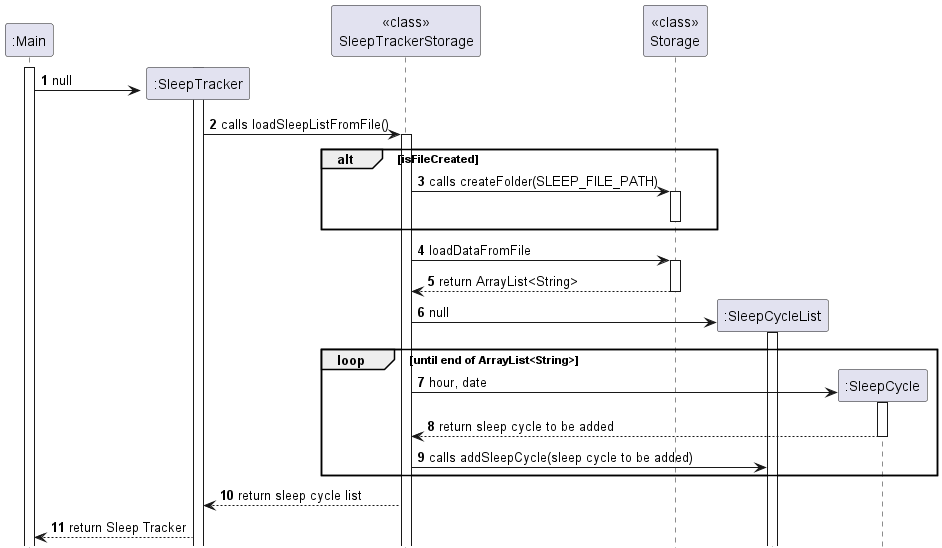
Earlier version of the PlantUML export docs/diagrams/storage/StorageSequenceDiagramSleep.png (AY2324S2-CS2113-T11-1/tp). Its source is kept beside it as docs/diagrams/storage/StorageSequenceDiagramSleep.puml.
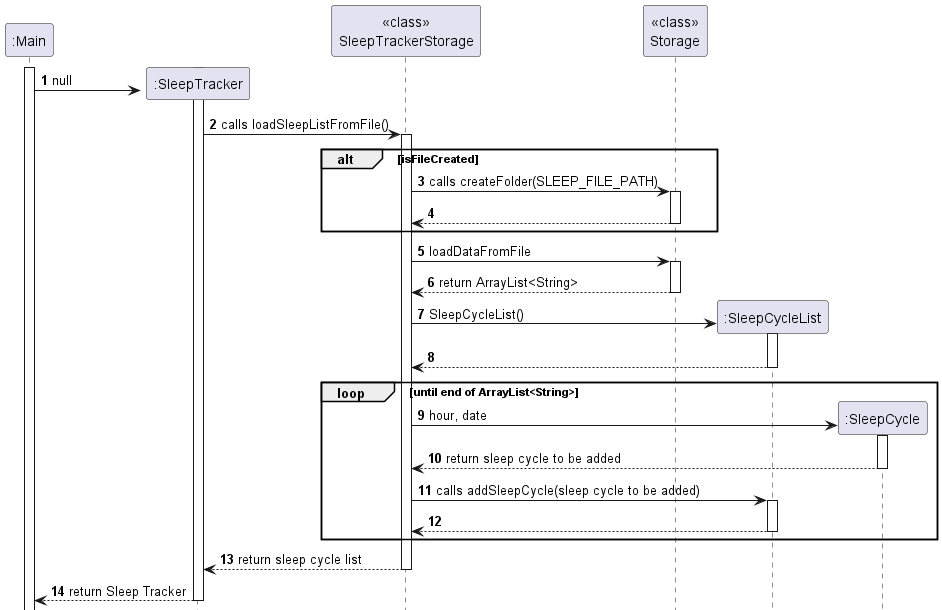
Later version of the same file.

Commit message:
Edit sequence diagram for Storage component

Change to the diagram source:
```diff
@@ -18,6 +18,7 @@
 alt isFileCreated
     SleepTrackerStorage -> Storage: calls createFolder(SLEEP_FILE_PATH)
     activate Storage
+    Storage --> SleepTrackerStorage
     deactivate Storage
 end
 SleepTrackerStorage -> Storage: loadDataFromFile
@@ -25,8 +26,10 @@
 Storage --> SleepTrackerStorage: return ArrayList<String>
 deactivate Storage
 Create SleepCycleList
-SleepTrackerStorage -> SleepCycleList: null
+SleepTrackerStorage -> SleepCycleList: SleepCycleList()
 activate SleepCycleList
+SleepCycleList --> SleepTrackerStorage
+deactivate SleepCycleList
 loop until end of ArrayList<String>
 Create SleepCycle
 SleepTrackerStorage -> SleepCycle: hour, date
@@ -34,11 +37,13 @@
 SleepCycle --> SleepTrackerStorage: return sleep cycle to be added
 deactivate SleepCycle
 SleepTrackerStorage -> SleepCycleList: calls addSleepCycle(sleep cycle to be added)
+activate SleepCycleList
+SleepCycleList --> SleepTrackerStorage
+deactivate SleepCycleList
 end
 
 SleepTrackerStorage --> SleepTracker: return sleep cycle list
+deactivate SleepTrackerStorage
 SleepTracker --> Main: return Sleep Tracker
-
-
-
+deactivate SleepTracker
 @enduml
```
